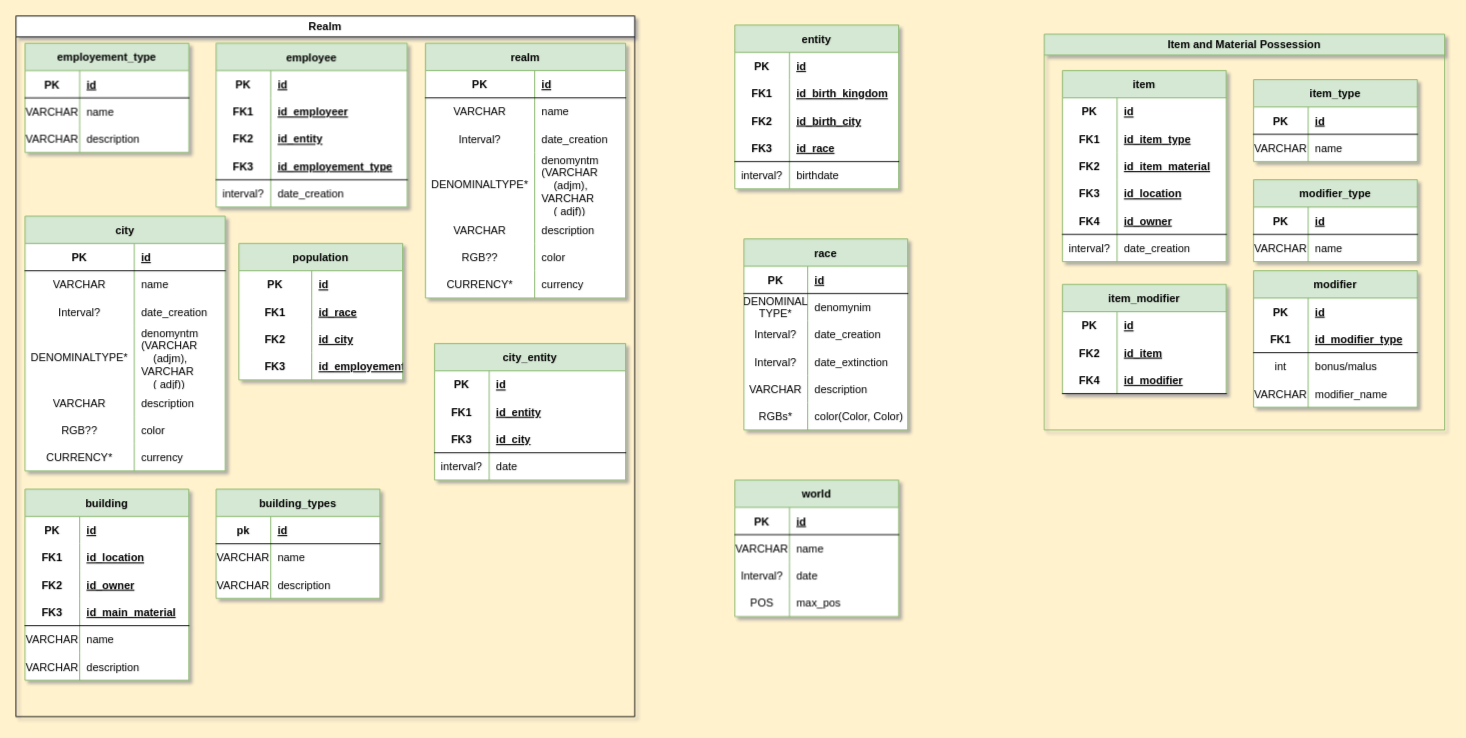
The draw.io diagram page "ER Model" (1 of 3) of Conception/model_draft.drawio in WyllasSidjeno/SRPG-Database-Manager, before the edit. Source tidied: cells renumbered, new cells numbered last; positions are measured from the earlier drawing's top-left corner, leaving out a move shared by most shapes. Both pictures are drawn from the tidied source at 91%, with x=0, y=0 at pixel (15, 15).
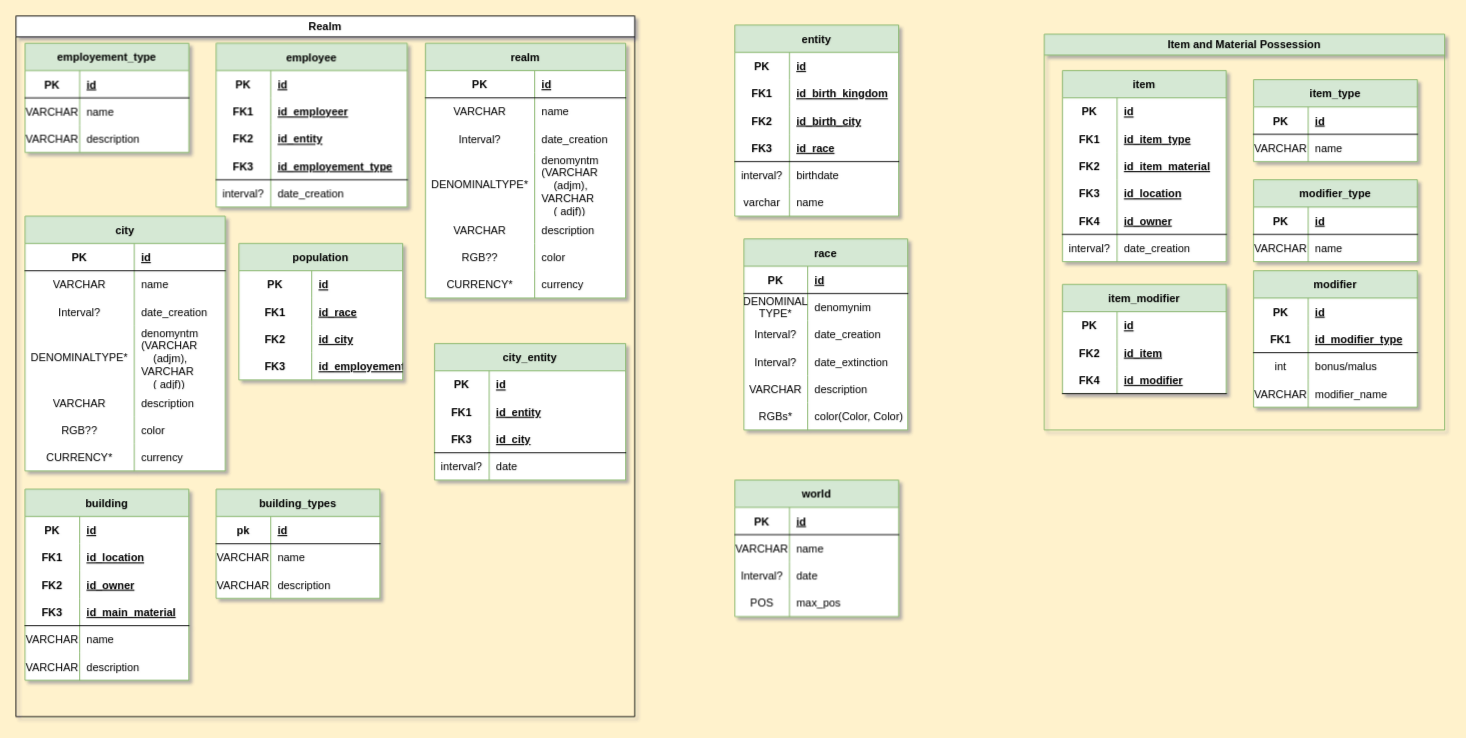
The same page after the edit.

Change to the diagram source:
```diff
@@
     <mxCell id="217" value="entity" style="shape=table;startSize=30;childLayout=tableLayout;rowLines=0;fontStyle=1;align=center;fillColor=#d5e8d4;strokeColor=#82b366;swimlaneFillColor=default;labelBackgroundColor=none;" parent="1" vertex="1">
-      <mxGeometry x="790" y="10" width="180" height="180" as="geometry" />
+      <mxGeometry x="790" y="10" width="180" height="210" as="geometry" />
     </mxCell>
@@
+    <mxCell id="233" style="shape=tableRow;horizontal=0;startSize=0;swimlaneHead=0;swimlaneBody=0;fillColor=none;top=0;left=0;right=0;bottom=0;" parent="217" vertex="1">
+      <mxGeometry y="180" width="180" height="30" as="geometry" />
+    </mxCell>
+    <mxCell id="234" value="varchar" style="shape=partialRectangle;fillColor=none;top=0;left=0;bottom=0;right=0;overflow=hidden;" parent="233" vertex="1">
+      <mxGeometry width="60" height="30" as="geometry" />
+    </mxCell>
+    <mxCell id="235" value="name" style="shape=partialRectangle;fillColor=none;top=0;left=0;bottom=0;right=0;align=left;spacingLeft=6;overflow=hidden;" parent="233" vertex="1">
+      <mxGeometry x="60" width="120" height="30" as="geometry" />
+    </mxCell>
```
